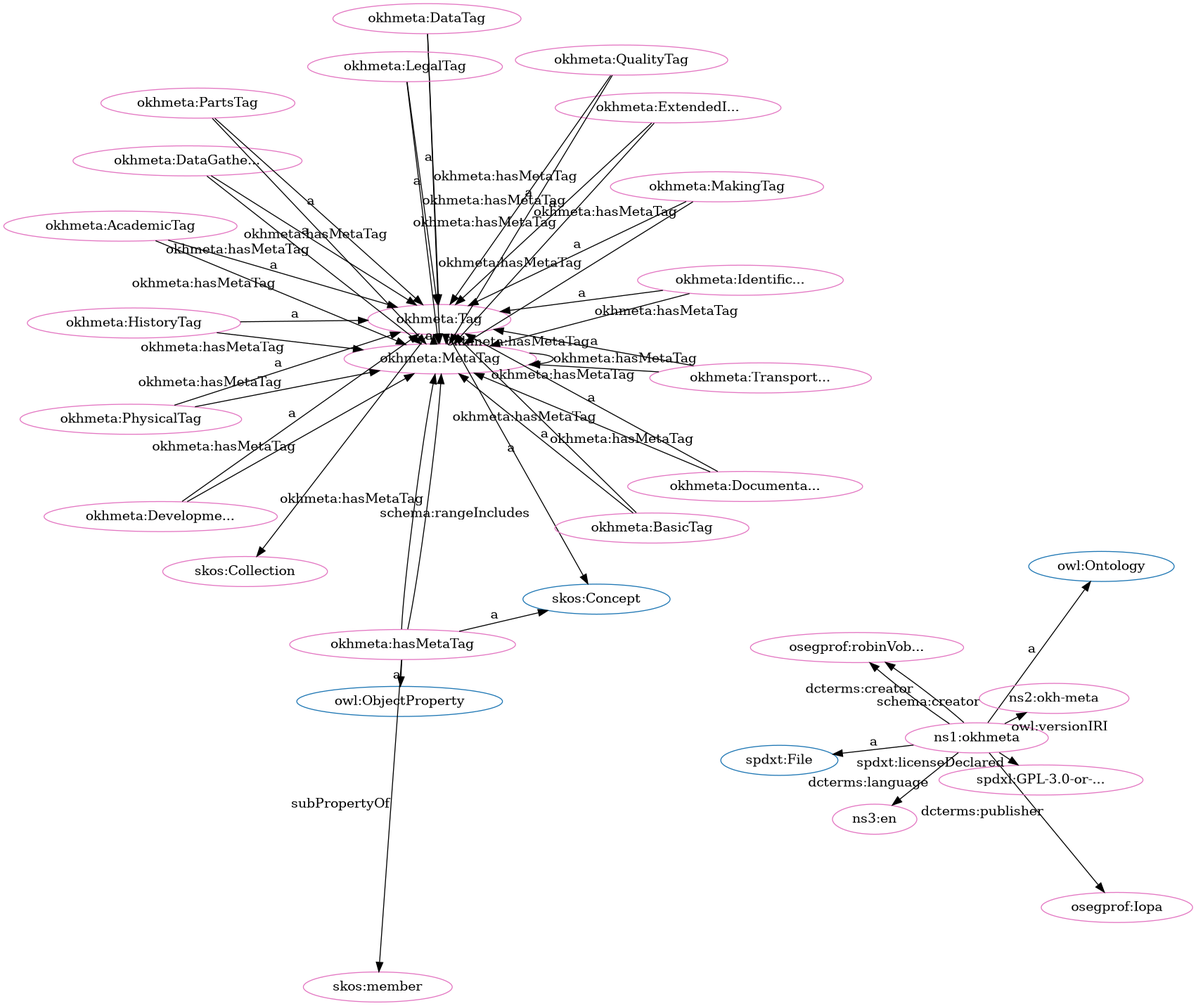
This is src/spec/fdp_okh-meta.png from iop-alliance/OpenKnowHow, a Graphviz export, as it was before one commit. Its source is kept beside it as src/spec/fdp_okh-meta.dot.
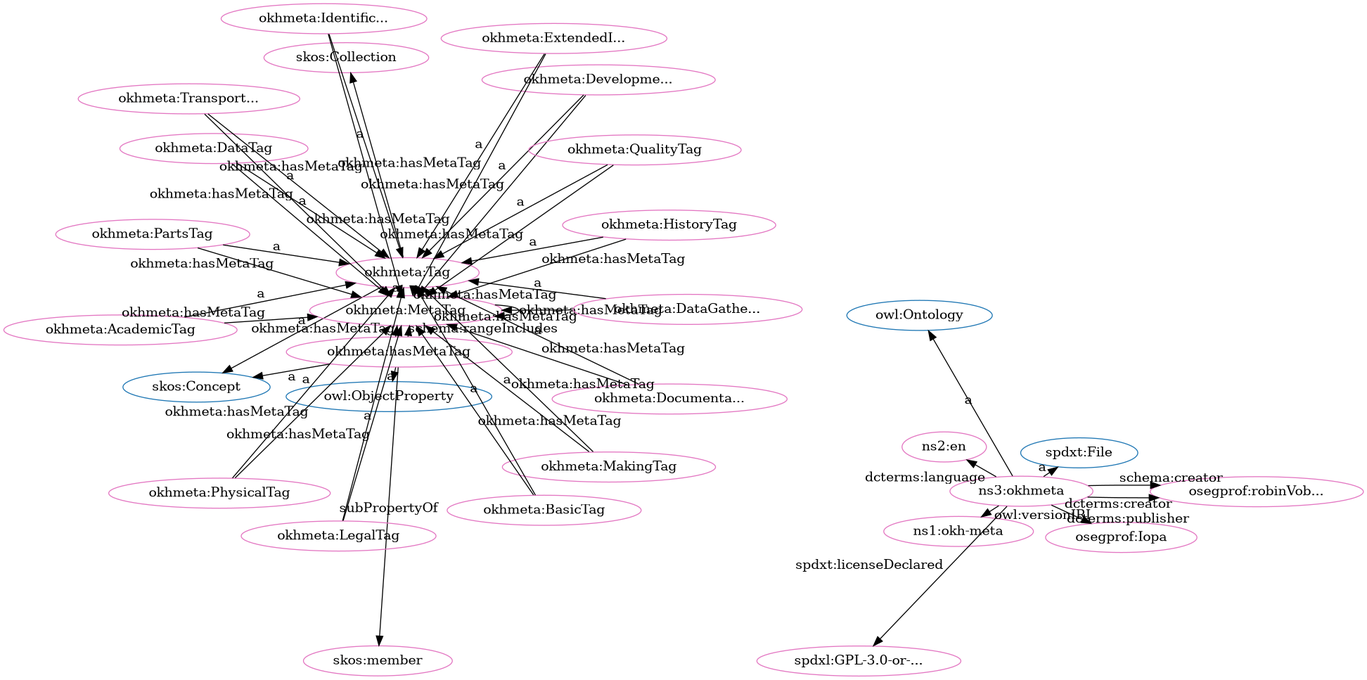
The same file after the commit.

Change to the diagram source:
```diff
@@ -1,85 +1,85 @@
 digraph G {
   rankdir=BT
   node[height=.3]
+"http://www.w3.org/2002/07/owl#Ontology" [fillcolor="#1f77b4" color="#1f77b4" label="owl:Ontology"]
+"http://spdx.org/rdf/terms#File" [fillcolor="#1f77b4" color="#1f77b4" label="spdxt:File"]
+"http://www.w3.org/2004/02/skos/core#Concept" [fillcolor="#1f77b4" color="#1f77b4" label="skos:Concept"]
+"http://www.w3.org/2002/07/owl#ObjectProperty" [fillcolor="#1f77b4" color="#1f77b4" label="owl:ObjectProperty"]
 "http://www.w3.org/2004/02/skos/core#Collection" [fillcolor="#1f77b4" color="#1f77b4" label="skos:Collection"]
+"https://w3id.org/oseg/ont/okhmeta#Tag" [fillcolor="#1f77b4" color="#1f77b4" label="okhmeta:Tag"]
 "https://w3id.org/oseg/ont/okhmeta#MetaTag" [fillcolor="#1f77b4" color="#1f77b4" label="okhmeta:MetaTag"]
-"http://www.w3.org/2004/02/skos/core#Concept" [fillcolor="#1f77b4" color="#1f77b4" label="skos:Concept"]
-"https://w3id.org/oseg/ont/okhmeta#Tag" [fillcolor="#1f77b4" color="#1f77b4" label="okhmeta:Tag"]
-"http://spdx.org/rdf/terms#File" [fillcolor="#1f77b4" color="#1f77b4" label="spdxt:File"]
-"http://www.w3.org/2002/07/owl#Ontology" [fillcolor="#1f77b4" color="#1f77b4" label="owl:Ontology"]
-"http://www.w3.org/2002/07/owl#ObjectProperty" [fillcolor="#1f77b4" color="#1f77b4" label="owl:ObjectProperty"]
+"https://w3id.org/oseg/ont/1.1.0/okh-meta" [fillcolor="#e377c2" color="#e377c2" label="ns1:okh-meta"]
+"https://w3id.org/oseg/ont/okhmeta#MetaTag" [fillcolor="#e377c2" color="#e377c2" label="okhmeta:MetaTag"]
+"https://w3id.org/oseg/ont/okhmeta#DevelopmentTag" [fillcolor="#e377c2" color="#e377c2" label="okhmeta:Developme..."]
+"http://id.loc.gov/vocabulary/iso639-1/en" [fillcolor="#e377c2" color="#e377c2" label="ns2:en"]
+"https://w3id.org/oseg/ont/oseg-profiles#robinVobruba" [fillcolor="#e377c2" color="#e377c2" label="osegprof:robinVob..."]
+"https://w3id.org/oseg/ont/okhmeta#DataTag" [fillcolor="#e377c2" color="#e377c2" label="okhmeta:DataTag"]
 "https://w3id.org/oseg/ont/okhmeta#ExtendedInfoTag" [fillcolor="#e377c2" color="#e377c2" label="okhmeta:ExtendedI..."]
-"https://w3id.org/oseg/ont/okhmeta#DevelopmentTag" [fillcolor="#e377c2" color="#e377c2" label="okhmeta:Developme..."]
+"https://w3id.org/oseg/ont/okhmeta#DocumentationTag" [fillcolor="#e377c2" color="#e377c2" label="okhmeta:Documenta..."]
+"https://w3id.org/oseg/ont/okhmeta" [fillcolor="#e377c2" color="#e377c2" label="ns3:okhmeta"]
 "https://w3id.org/oseg/ont/okhmeta#hasMetaTag" [fillcolor="#e377c2" color="#e377c2" label="okhmeta:hasMetaTag"]
-"https://w3id.org/oseg/ont/okhmeta#MetaTag" [fillcolor="#e377c2" color="#e377c2" label="okhmeta:MetaTag"]
+"https://w3id.org/oseg/ont/okhmeta#LegalTag" [fillcolor="#e377c2" color="#e377c2" label="okhmeta:LegalTag"]
+"https://w3id.org/oseg/ont/okhmeta#TransportationTag" [fillcolor="#e377c2" color="#e377c2" label="okhmeta:Transport..."]
+"https://w3id.org/oseg/ont/okhmeta#MakingTag" [fillcolor="#e377c2" color="#e377c2" label="okhmeta:MakingTag"]
+"https://w3id.org/oseg/ont/okhmeta#IdentificationTag" [fillcolor="#e377c2" color="#e377c2" label="okhmeta:Identific..."]
+"https://w3id.org/oseg/ont/okhmeta#QualityTag" [fillcolor="#e377c2" color="#e377c2" label="okhmeta:QualityTag"]
+"https://w3id.org/oseg/ont/okhmeta#Tag" [fillcolor="#e377c2" color="#e377c2" label="okhmeta:Tag"]
+"https://w3id.org/oseg/ont/okhmeta#HistoryTag" [fillcolor="#e377c2" color="#e377c2" label="okhmeta:HistoryTag"]
+"https://spdx.org/licenses/GPL-3.0-or-later" [fillcolor="#e377c2" color="#e377c2" label="spdxl:GPL-3.0-or-..."]
+"https://w3id.org/oseg/ont/okhmeta#PhysicalTag" [fillcolor="#e377c2" color="#e377c2" label="okhmeta:PhysicalTag"]
 "https://w3id.org/oseg/ont/okhmeta#DataGatheringTag" [fillcolor="#e377c2" color="#e377c2" label="okhmeta:DataGathe..."]
-"http://www.w3.org/2004/02/skos/core#Collection" [fillcolor="#e377c2" color="#e377c2" label="skos:Collection"]
-"https://w3id.org/oseg/ont/okhmeta#DocumentationTag" [fillcolor="#e377c2" color="#e377c2" label="okhmeta:Documenta..."]
-"https://w3id.org/oseg/ont/okhmeta#HistoryTag" [fillcolor="#e377c2" color="#e377c2" label="okhmeta:HistoryTag"]
-"https://w3id.org/oseg/ont/okhmeta" [fillcolor="#e377c2" color="#e377c2" label="ns1:okhmeta"]
-"http://www.w3.org/2004/02/skos/core#member" [fillcolor="#e377c2" color="#e377c2" label="skos:member"]
-"https://w3id.org/oseg/ont/oseg-profiles#robinVobruba" [fillcolor="#e377c2" color="#e377c2" label="osegprof:robinVob..."]
-"https://w3id.org/oseg/ont/okhmeta#TransportationTag" [fillcolor="#e377c2" color="#e377c2" label="okhmeta:Transport..."]
-"https://w3id.org/oseg/ont/okhmeta#Tag" [fillcolor="#e377c2" color="#e377c2" label="okhmeta:Tag"]
+"https://w3id.org/oseg/ont/okhmeta#BasicTag" [fillcolor="#e377c2" color="#e377c2" label="okhmeta:BasicTag"]
 "https://w3id.org/oseg/ont/oseg-profiles#Iopa" [fillcolor="#e377c2" color="#e377c2" label="osegprof:Iopa"]
 "https://w3id.org/oseg/ont/okhmeta#PartsTag" [fillcolor="#e377c2" color="#e377c2" label="okhmeta:PartsTag"]
-"https://w3id.org/oseg/ont/okhmeta#IdentificationTag" [fillcolor="#e377c2" color="#e377c2" label="okhmeta:Identific..."]
-"https://w3id.org/oseg/ont/1.1.0/okh-meta" [fillcolor="#e377c2" color="#e377c2" label="ns2:okh-meta"]
-"https://w3id.org/oseg/ont/okhmeta#DataTag" [fillcolor="#e377c2" color="#e377c2" label="okhmeta:DataTag"]
-"http://id.loc.gov/vocabulary/iso639-1/en" [fillcolor="#e377c2" color="#e377c2" label="ns3:en"]
-"https://w3id.org/oseg/ont/okhmeta#BasicTag" [fillcolor="#e377c2" color="#e377c2" label="okhmeta:BasicTag"]
-"https://spdx.org/licenses/GPL-3.0-or-later" [fillcolor="#e377c2" color="#e377c2" label="spdxl:GPL-3.0-or-..."]
-"https://w3id.org/oseg/ont/okhmeta#MakingTag" [fillcolor="#e377c2" color="#e377c2" label="okhmeta:MakingTag"]
-"https://w3id.org/oseg/ont/okhmeta#LegalTag" [fillcolor="#e377c2" color="#e377c2" label="okhmeta:LegalTag"]
+"http://www.w3.org/2004/02/skos/core#member" [fillcolor="#e377c2" color="#e377c2" label="skos:member"]
+"http://www.w3.org/2004/02/skos/core#Collection" [fillcolor="#e377c2" color="#e377c2" label="skos:Collection"]
 "https://w3id.org/oseg/ont/okhmeta#AcademicTag" [fillcolor="#e377c2" color="#e377c2" label="okhmeta:AcademicTag"]
-"https://w3id.org/oseg/ont/okhmeta#PhysicalTag" [fillcolor="#e377c2" color="#e377c2" label="okhmeta:PhysicalTag"]
-"https://w3id.org/oseg/ont/okhmeta#QualityTag" [fillcolor="#e377c2" color="#e377c2" label="okhmeta:QualityTag"]
+  "https://w3id.org/oseg/ont/okhmeta#DevelopmentTag" -> "https://w3id.org/oseg/ont/okhmeta#MetaTag" [label="okhmeta:hasMetaTag"]
+  "https://w3id.org/oseg/ont/okhmeta#DevelopmentTag" -> "https://w3id.org/oseg/ont/okhmeta#Tag" [label="a"]
+  "https://w3id.org/oseg/ont/okhmeta" -> "http://id.loc.gov/vocabulary/iso639-1/en" [label="dcterms:language"]
+  "https://w3id.org/oseg/ont/okhmeta" -> "https://w3id.org/oseg/ont/oseg-profiles#robinVobruba" [label="schema:creator"]
+  "https://w3id.org/oseg/ont/okhmeta#BasicTag" -> "https://w3id.org/oseg/ont/okhmeta#MetaTag" [label="okhmeta:hasMetaTag"]
+  "https://w3id.org/oseg/ont/okhmeta#hasMetaTag" -> "https://w3id.org/oseg/ont/okhmeta#MetaTag" [label="okhmeta:hasMetaTag"]
+  "https://w3id.org/oseg/ont/okhmeta#ExtendedInfoTag" -> "https://w3id.org/oseg/ont/okhmeta#Tag" [label="a"]
+  "https://w3id.org/oseg/ont/okhmeta#LegalTag" -> "https://w3id.org/oseg/ont/okhmeta#Tag" [label="a"]
+  "https://w3id.org/oseg/ont/okhmeta#TransportationTag" -> "https://w3id.org/oseg/ont/okhmeta#Tag" [label="a"]
+  "https://w3id.org/oseg/ont/okhmeta#HistoryTag" -> "https://w3id.org/oseg/ont/okhmeta#MetaTag" [label="okhmeta:hasMetaTag"]
+  "https://w3id.org/oseg/ont/okhmeta#QualityTag" -> "https://w3id.org/oseg/ont/okhmeta#Tag" [label="a"]
+  "https://w3id.org/oseg/ont/okhmeta#Tag" -> "http://www.w3.org/2004/02/skos/core#Concept" [label="a"]
+  "https://w3id.org/oseg/ont/okhmeta#HistoryTag" -> "https://w3id.org/oseg/ont/okhmeta#Tag" [label="a"]
+  "https://w3id.org/oseg/ont/okhmeta" -> "https://spdx.org/licenses/GPL-3.0-or-later" [label="spdxt:licenseDeclared"]
+  "https://w3id.org/oseg/ont/okhmeta#MetaTag" -> "https://w3id.org/oseg/ont/okhmeta#MetaTag" [label="okhmeta:hasMetaTag"]
+  "https://w3id.org/oseg/ont/okhmeta#MetaTag" -> "https://w3id.org/oseg/ont/okhmeta#Tag" [label="a"]
   "https://w3id.org/oseg/ont/okhmeta#ExtendedInfoTag" -> "https://w3id.org/oseg/ont/okhmeta#MetaTag" [label="okhmeta:hasMetaTag"]
   "https://w3id.org/oseg/ont/okhmeta#DataGatheringTag" -> "https://w3id.org/oseg/ont/okhmeta#Tag" [label="a"]
+  "https://w3id.org/oseg/ont/okhmeta#PartsTag" -> "https://w3id.org/oseg/ont/okhmeta#Tag" [label="a"]
+  "https://w3id.org/oseg/ont/okhmeta#LegalTag" -> "https://w3id.org/oseg/ont/okhmeta#MetaTag" [label="okhmeta:hasMetaTag"]
+  "https://w3id.org/oseg/ont/okhmeta#hasMetaTag" -> "http://www.w3.org/2004/02/skos/core#member" [label="subPropertyOf"]
   "https://w3id.org/oseg/ont/okhmeta#Tag" -> "http://www.w3.org/2004/02/skos/core#Collection" [label=""]
+  "https://w3id.org/oseg/ont/okhmeta#MakingTag" -> "https://w3id.org/oseg/ont/okhmeta#MetaTag" [label="okhmeta:hasMetaTag"]
+  "https://w3id.org/oseg/ont/okhmeta" -> "https://w3id.org/oseg/ont/1.1.0/okh-meta" [label="owl:versionIRI"]
+  "https://w3id.org/oseg/ont/okhmeta#QualityTag" -> "https://w3id.org/oseg/ont/okhmeta#MetaTag" [label="okhmeta:hasMetaTag"]
+  "https://w3id.org/oseg/ont/okhmeta#hasMetaTag" -> "https://w3id.org/oseg/ont/okhmeta#MetaTag" [label="schema:rangeIncludes"]
+  "https://w3id.org/oseg/ont/okhmeta#PartsTag" -> "https://w3id.org/oseg/ont/okhmeta#MetaTag" [label="okhmeta:hasMetaTag"]
   "https://w3id.org/oseg/ont/okhmeta#DataTag" -> "https://w3id.org/oseg/ont/okhmeta#MetaTag" [label="okhmeta:hasMetaTag"]
+  "https://w3id.org/oseg/ont/okhmeta#DataTag" -> "https://w3id.org/oseg/ont/okhmeta#Tag" [label="a"]
+  "https://w3id.org/oseg/ont/okhmeta#DocumentationTag" -> "https://w3id.org/oseg/ont/okhmeta#Tag" [label="a"]
+  "https://w3id.org/oseg/ont/okhmeta" -> "http://www.w3.org/2002/07/owl#Ontology" [label="a"]
+  "https://w3id.org/oseg/ont/okhmeta#hasMetaTag" -> "http://www.w3.org/2002/07/owl#ObjectProperty" [label="a"]
+  "https://w3id.org/oseg/ont/okhmeta#hasMetaTag" -> "http://www.w3.org/2004/02/skos/core#Concept" [label="a"]
+  "https://w3id.org/oseg/ont/okhmeta#Tag" -> "https://w3id.org/oseg/ont/okhmeta#MetaTag" [label="okhmeta:hasMetaTag"]
+  "https://w3id.org/oseg/ont/okhmeta#TransportationTag" -> "https://w3id.org/oseg/ont/okhmeta#MetaTag" [label="okhmeta:hasMetaTag"]
+  "https://w3id.org/oseg/ont/okhmeta#MakingTag" -> "https://w3id.org/oseg/ont/okhmeta#Tag" [label="a"]
+  "https://w3id.org/oseg/ont/okhmeta#IdentificationTag" -> "https://w3id.org/oseg/ont/okhmeta#MetaTag" [label="okhmeta:hasMetaTag"]
+  "https://w3id.org/oseg/ont/okhmeta#IdentificationTag" -> "https://w3id.org/oseg/ont/okhmeta#Tag" [label="a"]
+  "https://w3id.org/oseg/ont/okhmeta#PhysicalTag" -> "https://w3id.org/oseg/ont/okhmeta#MetaTag" [label="okhmeta:hasMetaTag"]
+  "https://w3id.org/oseg/ont/okhmeta" -> "https://w3id.org/oseg/ont/oseg-profiles#robinVobruba" [label="dcterms:creator"]
+  "https://w3id.org/oseg/ont/okhmeta#PhysicalTag" -> "https://w3id.org/oseg/ont/okhmeta#Tag" [label="a"]
   "https://w3id.org/oseg/ont/okhmeta#DocumentationTag" -> "https://w3id.org/oseg/ont/okhmeta#MetaTag" [label="okhmeta:hasMetaTag"]
-  "https://w3id.org/oseg/ont/okhmeta" -> "http://www.w3.org/2002/07/owl#Ontology" [label="a"]
-  "https://w3id.org/oseg/ont/okhmeta#HistoryTag" -> "https://w3id.org/oseg/ont/okhmeta#MetaTag" [label="okhmeta:hasMetaTag"]
-  "https://w3id.org/oseg/ont/okhmeta#hasMetaTag" -> "http://www.w3.org/2004/02/skos/core#member" [label="subPropertyOf"]
-  "https://w3id.org/oseg/ont/okhmeta#TransportationTag" -> "https://w3id.org/oseg/ont/okhmeta#Tag" [label="a"]
+  "https://w3id.org/oseg/ont/okhmeta#DataGatheringTag" -> "https://w3id.org/oseg/ont/okhmeta#MetaTag" [label="okhmeta:hasMetaTag"]
+  "https://w3id.org/oseg/ont/okhmeta#BasicTag" -> "https://w3id.org/oseg/ont/okhmeta#Tag" [label="a"]
   "https://w3id.org/oseg/ont/okhmeta" -> "https://w3id.org/oseg/ont/oseg-profiles#Iopa" [label="dcterms:publisher"]
-  "https://w3id.org/oseg/ont/okhmeta#LegalTag" -> "https://w3id.org/oseg/ont/okhmeta#MetaTag" [label="okhmeta:hasMetaTag"]
-  "https://w3id.org/oseg/ont/okhmeta#PartsTag" -> "https://w3id.org/oseg/ont/okhmeta#Tag" [label="a"]
-  "https://w3id.org/oseg/ont/okhmeta#DevelopmentTag" -> "https://w3id.org/oseg/ont/okhmeta#MetaTag" [label="okhmeta:hasMetaTag"]
-  "https://w3id.org/oseg/ont/okhmeta#BasicTag" -> "https://w3id.org/oseg/ont/okhmeta#Tag" [label="a"]
-  "https://w3id.org/oseg/ont/okhmeta" -> "https://spdx.org/licenses/GPL-3.0-or-later" [label="spdxt:licenseDeclared"]
+  "https://w3id.org/oseg/ont/okhmeta#AcademicTag" -> "https://w3id.org/oseg/ont/okhmeta#MetaTag" [label="okhmeta:hasMetaTag"]
   "https://w3id.org/oseg/ont/okhmeta" -> "http://spdx.org/rdf/terms#File" [label="a"]
-  "https://w3id.org/oseg/ont/okhmeta#hasMetaTag" -> "https://w3id.org/oseg/ont/okhmeta#MetaTag" [label="schema:rangeIncludes"]
-  "https://w3id.org/oseg/ont/okhmeta#TransportationTag" -> "https://w3id.org/oseg/ont/okhmeta#MetaTag" [label="okhmeta:hasMetaTag"]
   "https://w3id.org/oseg/ont/okhmeta#AcademicTag" -> "https://w3id.org/oseg/ont/okhmeta#Tag" [label="a"]
-  "https://w3id.org/oseg/ont/okhmeta#PhysicalTag" -> "https://w3id.org/oseg/ont/okhmeta#Tag" [label="a"]
-  "https://w3id.org/oseg/ont/okhmeta#Tag" -> "https://w3id.org/oseg/ont/okhmeta#MetaTag" [label="okhmeta:hasMetaTag"]
-  "https://w3id.org/oseg/ont/okhmeta#ExtendedInfoTag" -> "https://w3id.org/oseg/ont/okhmeta#Tag" [label="a"]
-  "https://w3id.org/oseg/ont/okhmeta#DevelopmentTag" -> "https://w3id.org/oseg/ont/okhmeta#Tag" [label="a"]
-  "https://w3id.org/oseg/ont/okhmeta#hasMetaTag" -> "http://www.w3.org/2002/07/owl#ObjectProperty" [label="a"]
-  "https://w3id.org/oseg/ont/okhmeta#hasMetaTag" -> "https://w3id.org/oseg/ont/okhmeta#MetaTag" [label="okhmeta:hasMetaTag"]
-  "https://w3id.org/oseg/ont/okhmeta#DocumentationTag" -> "https://w3id.org/oseg/ont/okhmeta#Tag" [label="a"]
-  "https://w3id.org/oseg/ont/okhmeta#HistoryTag" -> "https://w3id.org/oseg/ont/okhmeta#Tag" [label="a"]
-  "https://w3id.org/oseg/ont/okhmeta#PartsTag" -> "https://w3id.org/oseg/ont/okhmeta#MetaTag" [label="okhmeta:hasMetaTag"]
-  "https://w3id.org/oseg/ont/okhmeta#IdentificationTag" -> "https://w3id.org/oseg/ont/okhmeta#MetaTag" [label="okhmeta:hasMetaTag"]
-  "https://w3id.org/oseg/ont/okhmeta" -> "https://w3id.org/oseg/ont/oseg-profiles#robinVobruba" [label="dcterms:creator"]
-  "https://w3id.org/oseg/ont/okhmeta#Tag" -> "http://www.w3.org/2004/02/skos/core#Concept" [label="a"]
-  "https://w3id.org/oseg/ont/okhmeta#MakingTag" -> "https://w3id.org/oseg/ont/okhmeta#MetaTag" [label="okhmeta:hasMetaTag"]
-  "https://w3id.org/oseg/ont/okhmeta#AcademicTag" -> "https://w3id.org/oseg/ont/okhmeta#MetaTag" [label="okhmeta:hasMetaTag"]
-  "https://w3id.org/oseg/ont/okhmeta#hasMetaTag" -> "http://www.w3.org/2004/02/skos/core#Concept" [label="a"]
-  "https://w3id.org/oseg/ont/okhmeta#MetaTag" -> "https://w3id.org/oseg/ont/okhmeta#MetaTag" [label="okhmeta:hasMetaTag"]
-  "https://w3id.org/oseg/ont/okhmeta#PhysicalTag" -> "https://w3id.org/oseg/ont/okhmeta#MetaTag" [label="okhmeta:hasMetaTag"]
-  "https://w3id.org/oseg/ont/okhmeta" -> "https://w3id.org/oseg/ont/oseg-profiles#robinVobruba" [label="schema:creator"]
-  "https://w3id.org/oseg/ont/okhmeta#IdentificationTag" -> "https://w3id.org/oseg/ont/okhmeta#Tag" [label="a"]
-  "https://w3id.org/oseg/ont/okhmeta#QualityTag" -> "https://w3id.org/oseg/ont/okhmeta#MetaTag" [label="okhmeta:hasMetaTag"]
-  "https://w3id.org/oseg/ont/okhmeta" -> "https://w3id.org/oseg/ont/1.1.0/okh-meta" [label="owl:versionIRI"]
-  "https://w3id.org/oseg/ont/okhmeta#DataTag" -> "https://w3id.org/oseg/ont/okhmeta#Tag" [label="a"]
-  "https://w3id.org/oseg/ont/okhmeta" -> "http://id.loc.gov/vocabulary/iso639-1/en" [label="dcterms:language"]
-  "https://w3id.org/oseg/ont/okhmeta#MakingTag" -> "https://w3id.org/oseg/ont/okhmeta#Tag" [label="a"]
-  "https://w3id.org/oseg/ont/okhmeta#BasicTag" -> "https://w3id.org/oseg/ont/okhmeta#MetaTag" [label="okhmeta:hasMetaTag"]
-  "https://w3id.org/oseg/ont/okhmeta#DataGatheringTag" -> "https://w3id.org/oseg/ont/okhmeta#MetaTag" [label="okhmeta:hasMetaTag"]
-  "https://w3id.org/oseg/ont/okhmeta#LegalTag" -> "https://w3id.org/oseg/ont/okhmeta#Tag" [label="a"]
-  "https://w3id.org/oseg/ont/okhmeta#MetaTag" -> "https://w3id.org/oseg/ont/okhmeta#Tag" [label="a"]
-  "https://w3id.org/oseg/ont/okhmeta#QualityTag" -> "https://w3id.org/oseg/ont/okhmeta#Tag" [label="a"]
 }
```
